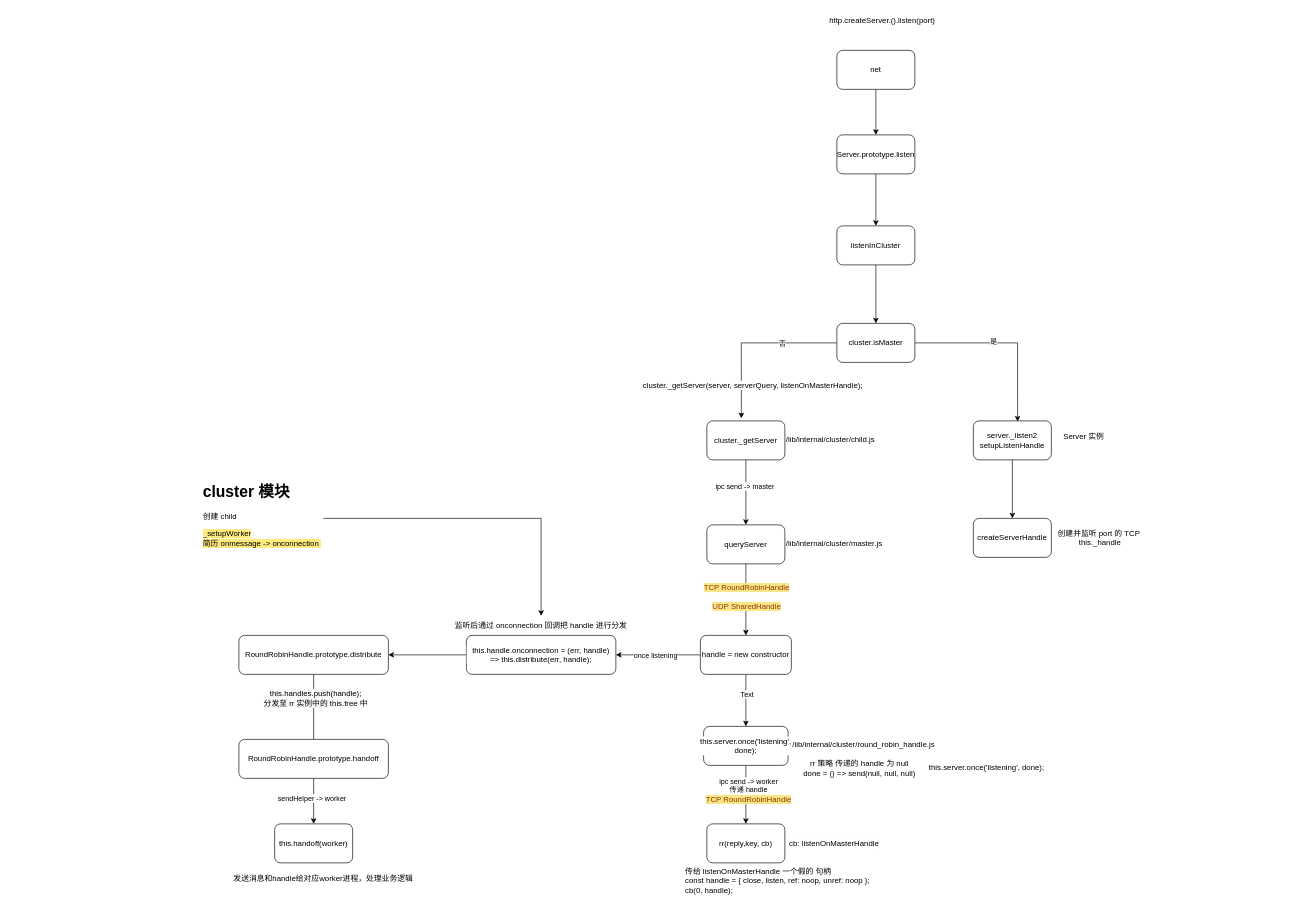
The draw.io diagram cluster.drawio in sfyr111/draw, before the edit. Source tidied: cells renumbered, new cells numbered last; positions are measured from the earlier drawing's top-left corner, leaving out a move shared by most shapes. Both pictures are drawn from the tidied source at 65%, with x=0, y=0 at pixel (11, 11).
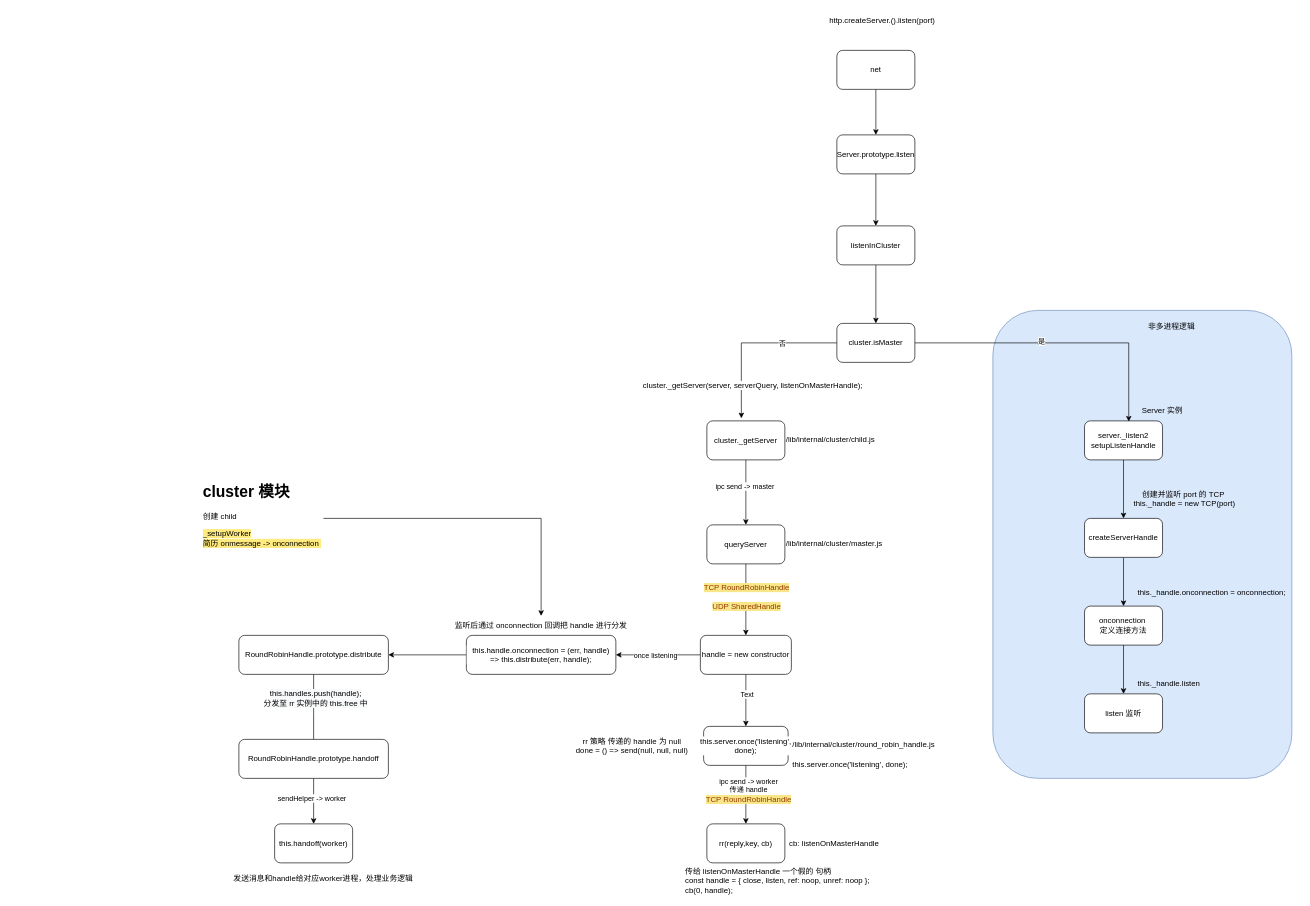
The same diagram, later.

What changed in the source:
```diff
@@
+    <mxCell id="55" style="rounded=1;whiteSpace=wrap;html=1;fillColor=#dae8fc;strokeColor=#6c8ebf;" parent="1" vertex="1">
+      <mxGeometry x="1510" y="460" width="460" height="720" as="geometry" />
+    </mxCell>
@@
     <mxCell id="14" value="server._listen2&lt;br&gt;setupListenHandle" style="rounded=1;whiteSpace=wrap;html=1;" parent="1" vertex="1">
-      <mxGeometry x="1480" y="630" width="120" height="60" as="geometry" />
+      <mxGeometry x="1651" y="630" width="120" height="60" as="geometry" />
     </mxCell>
@@
+    <mxCell id="56" style="edgeStyle=orthogonalEdgeStyle;rounded=0;jettySize=auto;html=1;entryX=0.5;entryY=0;entryDx=0;entryDy=0;" parent="1" edge="1" source="19" target="58">
+      <mxGeometry relative="1" as="geometry" />
+    </mxCell>
     <mxCell id="19" value="createServerHandle" style="rounded=1;whiteSpace=wrap;html=1;" parent="1" vertex="1">
-      <mxGeometry x="1480" y="780" width="120" height="60" as="geometry" />
+      <mxGeometry x="1651" y="780" width="120" height="60" as="geometry" />
     </mxCell>
-    <mxCell id="20" value="创建并监听 port 的 TCP&amp;nbsp; &lt;br&gt;this._handle" style="text;html=1;strokeColor=none;fillColor=none;align=center;verticalAlign=middle;whiteSpace=wrap;rounded=0;" parent="1" vertex="1">
-      <mxGeometry x="1600" y="790" width="150" height="40" as="geometry" />
+    <mxCell id="20" value="创建并监听 port 的 TCP&amp;nbsp; &lt;br&gt;this._handle = new TCP(port)" style="text;html=1;strokeColor=none;fillColor=none;align=center;verticalAlign=middle;whiteSpace=wrap;rounded=0;" parent="1" vertex="1">
+      <mxGeometry x="1720" y="730" width="170" height="40" as="geometry" />
     </mxCell>
     <mxCell id="21" value="Server 实例" style="text;html=1;strokeColor=none;fillColor=none;align=center;verticalAlign=middle;whiteSpace=wrap;rounded=0;" parent="1" vertex="1">
-      <mxGeometry x="1610" y="640" width="80" height="30" as="geometry" />
+      <mxGeometry x="1731" y="600" width="80" height="30" as="geometry" />
     </mxCell>
@@
     <mxCell id="37" value="rr 策略 传递的 handle 为 null&lt;br&gt;done = () =&amp;gt; send(null, null, null)" style="text;html=1;strokeColor=none;fillColor=none;align=center;verticalAlign=middle;whiteSpace=wrap;rounded=0;labelBackgroundColor=#FFFFFF;fontFamily=Helvetica;fontColor=#000000;" parent="1" vertex="1">
-      <mxGeometry x="1210" y="1150" width="190" height="30" as="geometry" />
+      <mxGeometry x="860" y="1115" width="190" height="30" as="geometry" />
     </mxCell>
@@
     <mxCell id="54" value="this.server.once('listening', done);" style="text;whiteSpace=wrap;html=1;fontFamily=Helvetica;fontColor=#000000;" parent="1" vertex="1">
-      <mxGeometry x="1410" y="1150" width="200" height="30" as="geometry" />
+      <mxGeometry x="1200" y="1145" width="200" height="30" as="geometry" />
     </mxCell>
+    <mxCell id="57" style="edgeStyle=orthogonalEdgeStyle;rounded=0;jettySize=auto;html=1;entryX=0.5;entryY=0;entryDx=0;entryDy=0;" parent="1" edge="1" source="58" target="60">
+      <mxGeometry relative="1" as="geometry" />
+    </mxCell>
+    <mxCell id="58" value="onconnection&amp;nbsp;&lt;br&gt;定义连接方法" style="rounded=1;whiteSpace=wrap;html=1;" parent="1" vertex="1">
+      <mxGeometry x="1651" y="915" width="120" height="60" as="geometry" />
+    </mxCell>
+    <mxCell id="59" value="this._handle.onconnection = onconnection;" style="text;whiteSpace=wrap;html=1;" parent="1" vertex="1">
+      <mxGeometry x="1731" y="880" width="250" height="30" as="geometry" />
+    </mxCell>
+    <mxCell id="60" value="listen 监听" style="rounded=1;whiteSpace=wrap;html=1;" parent="1" vertex="1">
+      <mxGeometry x="1651" y="1050" width="120" height="60" as="geometry" />
+    </mxCell>
+    <mxCell id="61" value="this._handle.listen" style="text;whiteSpace=wrap;html=1;" parent="1" vertex="1">
+      <mxGeometry x="1731" y="1020" width="120" height="30" as="geometry" />
+    </mxCell>
+    <mxCell id="62" value="非多进程逻辑" style="text;html=1;strokeColor=none;fillColor=none;align=center;verticalAlign=middle;whiteSpace=wrap;rounded=0;" parent="1" vertex="1">
+      <mxGeometry x="1740" y="470" width="90" height="30" as="geometry" />
+    </mxCell>
```
